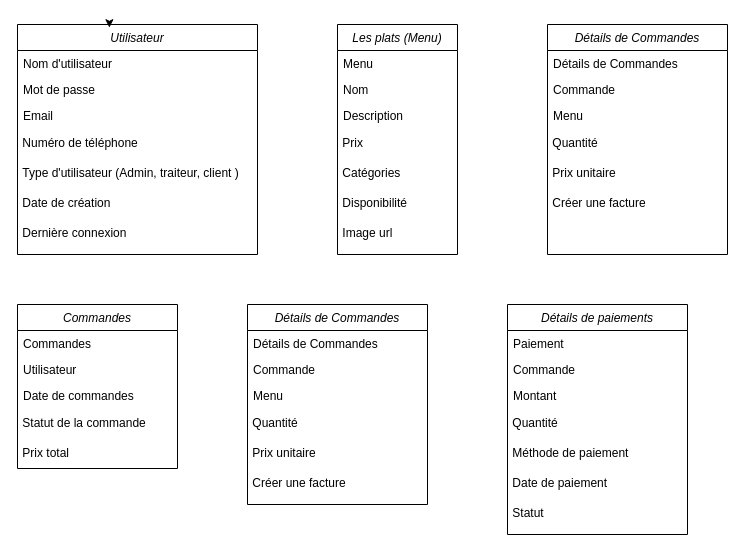
Earlier version of the draw.io diagram Diagramme sans nom.drawio (alceph/traiteur_projet). Source tidied: cells renumbered, new cells numbered last; positions are measured from the earlier drawing's top-left corner, leaving out a move shared by most shapes. Both pictures are drawn from the tidied source at 100%, with x=0, y=0 at pixel (17, 24).
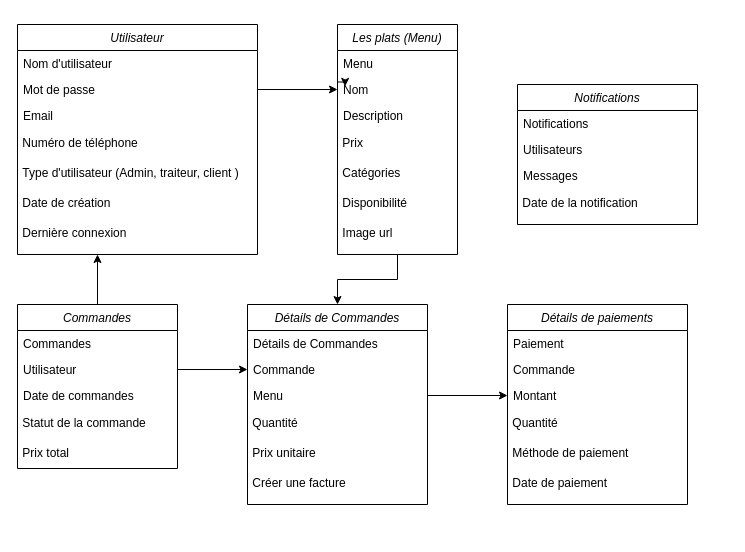
Above is the later version.

Commit message:
Mettre à jour Diagramme sans nom.drawio

Unchanged cells that the change refers to:
```xml
<mxCell id="2" value="Utilisateur" style="swimlane;fontStyle=2;align=center;verticalAlign=top;horizontal=1;startSize=26;rounded=0;shadow=0;strokeWidth=1;" parent="1" vertex="1">
  <mxGeometry width="240" height="230" as="geometry" />
</mxCell>
<mxCell id="4" value="Mot de passe&#10;" style="text;align=left;verticalAlign=top;spacingLeft=4;spacingRight=4;overflow=hidden;points=[[0,0.5],[1,0.5]];portConstraint=eastwest;rounded=0;shadow=0;html=0;" parent="2" vertex="1">
  <mxGeometry y="52" width="240" height="26" as="geometry" />
</mxCell>
<mxCell id="11" value="Les plats (Menu)" style="swimlane;fontStyle=2;align=center;verticalAlign=top;horizontal=1;startSize=26;rounded=0;shadow=0;strokeWidth=1;" parent="1" vertex="1">
  <mxGeometry x="320" width="120" height="230" as="geometry" />
</mxCell>
<mxCell id="13" value="Nom" style="text;align=left;verticalAlign=top;spacingLeft=4;spacingRight=4;overflow=hidden;points=[[0,0.5],[1,0.5]];portConstraint=eastwest;rounded=0;shadow=0;html=0;" parent="11" vertex="1">
  <mxGeometry y="52" width="120" height="26" as="geometry" />
</mxCell>
<mxCell id="19" value="Commandes" style="swimlane;fontStyle=2;align=center;verticalAlign=top;horizontal=1;startSize=26;rounded=0;shadow=0;strokeWidth=1;" parent="1" vertex="1">
  <mxGeometry y="280" width="160" height="164" as="geometry" />
</mxCell>
<mxCell id="21" value="Utilisateur" style="text;align=left;verticalAlign=top;spacingLeft=4;spacingRight=4;overflow=hidden;points=[[0,0.5],[1,0.5]];portConstraint=eastwest;rounded=0;shadow=0;html=0;" parent="19" vertex="1">
  <mxGeometry y="52" width="160" height="26" as="geometry" />
</mxCell>
<mxCell id="25" value="Détails de Commandes" style="swimlane;fontStyle=2;align=center;verticalAlign=top;horizontal=1;startSize=26;rounded=0;shadow=0;strokeWidth=1;" parent="1" vertex="1">
  <mxGeometry x="230" y="280" width="180" height="200" as="geometry" />
</mxCell>
<mxCell id="27" value="Commande" style="text;align=left;verticalAlign=top;spacingLeft=4;spacingRight=4;overflow=hidden;points=[[0,0.5],[1,0.5]];portConstraint=eastwest;rounded=0;shadow=0;html=0;" parent="25" vertex="1">
  <mxGeometry y="52" width="180" height="26" as="geometry" />
</mxCell>
<mxCell id="28" value="Menu" style="text;align=left;verticalAlign=top;spacingLeft=4;spacingRight=4;overflow=hidden;points=[[0,0.5],[1,0.5]];portConstraint=eastwest;rounded=0;shadow=0;html=0;" parent="25" vertex="1">
  <mxGeometry y="78" width="180" height="26" as="geometry" />
</mxCell>
<mxCell id="42" value="Montant" style="text;align=left;verticalAlign=top;spacingLeft=4;spacingRight=4;overflow=hidden;points=[[0,0.5],[1,0.5]];portConstraint=eastwest;rounded=0;shadow=0;html=0;" parent="39" vertex="1">
  <mxGeometry y="78" width="180" height="26" as="geometry" />
</mxCell>
```

The edit, as a diff of the source:
```diff
@@
-    <mxCell id="10" style="edgeStyle=orthogonalEdgeStyle;rounded=0;orthogonalLoop=1;jettySize=auto;html=1;exitX=0.25;exitY=0;exitDx=0;exitDy=0;entryX=0.383;entryY=0.014;entryDx=0;entryDy=0;entryPerimeter=0;" parent="1" edge="1" source="2" target="2">
-      <mxGeometry relative="1" as="geometry" />
-    </mxCell>
+    <mxCell id="47" style="edgeStyle=orthogonalEdgeStyle;rounded=0;jettySize=auto;html=1;" parent="1" edge="1" source="11" target="25">
+      <mxGeometry relative="1" as="geometry" />
+    </mxCell>
@@
+    <mxCell id="48" style="edgeStyle=orthogonalEdgeStyle;rounded=0;jettySize=auto;html=1;" parent="1" edge="1" source="19">
+      <mxGeometry relative="1" as="geometry">
+        <mxPoint x="80" y="230" as="targetPoint" />
+      </mxGeometry>
+    </mxCell>
@@
-    <mxCell id="32" value="Détails de Commandes" style="swimlane;fontStyle=2;align=center;verticalAlign=top;horizontal=1;startSize=26;rounded=0;shadow=0;strokeWidth=1;" parent="1" vertex="1">
-      <mxGeometry x="530" width="180" height="230" as="geometry" />
+    <mxCell id="32" value="Notifications" style="swimlane;fontStyle=2;align=center;verticalAlign=top;horizontal=1;startSize=26;rounded=0;shadow=0;strokeWidth=1;" parent="1" vertex="1">
+      <mxGeometry x="500" y="60" width="180" height="140" as="geometry" />
     </mxCell>
-    <mxCell id="33" value="Détails de Commandes" style="text;align=left;verticalAlign=top;spacingLeft=4;spacingRight=4;overflow=hidden;" parent="32" vertex="1">
+    <mxCell id="33" value="Notifications" style="text;align=left;verticalAlign=top;spacingLeft=4;spacingRight=4;overflow=hidden;" parent="32" vertex="1">
       <mxGeometry y="26" width="180" height="26" as="geometry" />
     </mxCell>
-    <mxCell id="34" value="Commande" style="text;align=left;verticalAlign=top;spacingLeft=4;spacingRight=4;overflow=hidden;rounded=0;shadow=0;html=0;" parent="32" vertex="1">
+    <mxCell id="34" value="Utilisateurs" style="text;align=left;verticalAlign=top;spacingLeft=4;spacingRight=4;overflow=hidden;rounded=0;shadow=0;html=0;" parent="32" vertex="1">
       <mxGeometry y="52" width="180" height="26" as="geometry" />
     </mxCell>
-    <mxCell id="35" value="Menu" style="text;align=left;verticalAlign=top;spacingLeft=4;spacingRight=4;overflow=hidden;rounded=0;shadow=0;html=0;" parent="32" vertex="1">
+    <mxCell id="35" value="Messages" style="text;align=left;verticalAlign=top;spacingLeft=4;spacingRight=4;overflow=hidden;rounded=0;shadow=0;html=0;" parent="32" vertex="1">
       <mxGeometry y="78" width="180" height="26" as="geometry" />
     </mxCell>
-    <mxCell id="36" value="&amp;nbsp;Quantité" style="text;html=1;align=left;verticalAlign=middle;strokeColor=none;fillColor=none;" parent="32" vertex="1">
+    <mxCell id="36" value="&amp;nbsp;Date de la notification" style="text;html=1;align=left;verticalAlign=middle;strokeColor=none;fillColor=none;" parent="32" vertex="1">
       <mxGeometry y="104" width="180" height="30" as="geometry" />
     </mxCell>
-    <mxCell id="37" value="&amp;nbsp;Prix unitaire" style="text;html=1;align=left;verticalAlign=middle;strokeColor=none;fillColor=none;" parent="32" vertex="1">
-      <mxGeometry y="134" width="180" height="30" as="geometry" />
-    </mxCell>
-    <mxCell id="38" value="&amp;nbsp;Créer une facture" style="text;html=1;align=left;verticalAlign=middle;strokeColor=none;fillColor=none;" parent="32" vertex="1">
-      <mxGeometry y="164" width="180" height="30" as="geometry" />
-    </mxCell>
     <mxCell id="39" value="Détails de paiements" style="swimlane;fontStyle=2;align=center;verticalAlign=top;horizontal=1;startSize=26;rounded=0;shadow=0;strokeWidth=1;" parent="1" vertex="1">
-      <mxGeometry x="490" y="280" width="180" height="230" as="geometry" />
+      <mxGeometry x="490" y="280" width="180" height="200" as="geometry" />
     </mxCell>
@@
-    <mxCell id="46" value="&amp;nbsp;Statut" style="text;html=1;align=left;verticalAlign=middle;strokeColor=none;fillColor=none;" parent="39" vertex="1">
-      <mxGeometry y="194" width="180" height="30" as="geometry" />
-    </mxCell>
+    <mxCell id="49" style="edgeStyle=orthogonalEdgeStyle;rounded=0;jettySize=auto;html=1;exitX=1;exitY=0.5;exitDx=0;exitDy=0;entryX=0;entryY=0.5;entryDx=0;entryDy=0;" parent="1" edge="1" source="4" target="13">
+      <mxGeometry relative="1" as="geometry" />
+    </mxCell>
+    <mxCell id="50" style="edgeStyle=orthogonalEdgeStyle;rounded=0;jettySize=auto;html=1;exitX=1;exitY=0.5;exitDx=0;exitDy=0;entryX=0;entryY=0.5;entryDx=0;entryDy=0;" parent="1" edge="1" source="21" target="27">
+      <mxGeometry relative="1" as="geometry" />
+    </mxCell>
+    <mxCell id="51" style="edgeStyle=orthogonalEdgeStyle;rounded=0;jettySize=auto;html=1;entryX=0;entryY=0.5;entryDx=0;entryDy=0;" parent="1" edge="1" source="28" target="42">
+      <mxGeometry relative="1" as="geometry" />
+    </mxCell>
+    <mxCell id="52" style="edgeStyle=orthogonalEdgeStyle;rounded=0;orthogonalLoop=1;jettySize=auto;html=1;exitX=0;exitY=0.25;exitDx=0;exitDy=0;entryX=0.063;entryY=0.269;entryDx=0;entryDy=0;entryPerimeter=0;" parent="1" edge="1" source="11" target="11">
+      <mxGeometry relative="1" as="geometry" />
+    </mxCell>
```
